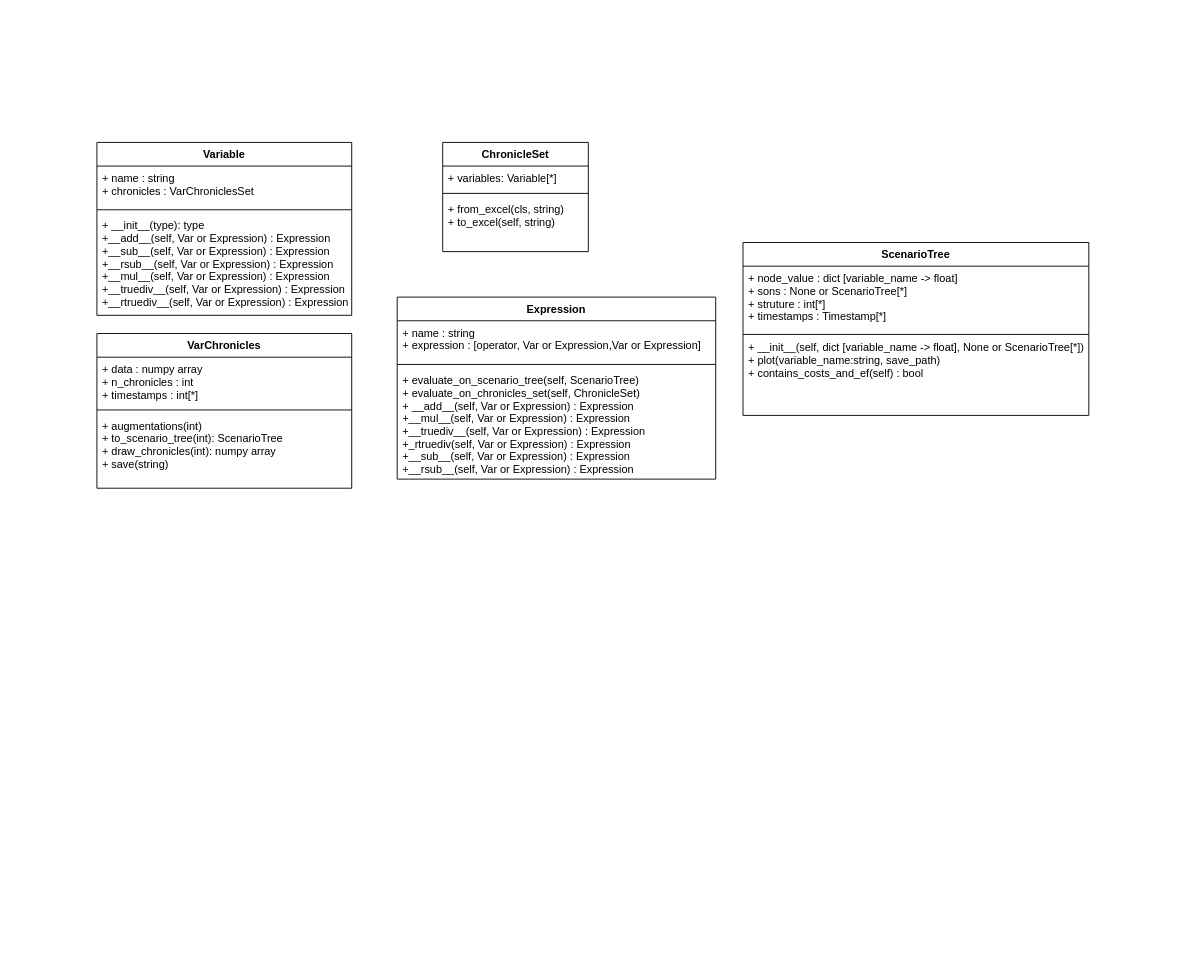
The draw.io diagram Diagramme sans nom.drawio in Schlegen/drawio_schemes, before the edit. Source tidied: cells renumbered, new cells numbered last; positions are measured from the earlier drawing's top-left corner, leaving out a move shared by most shapes. Both pictures are drawn from the tidied source at 91%, with x=0, y=0 at pixel (96, 142).
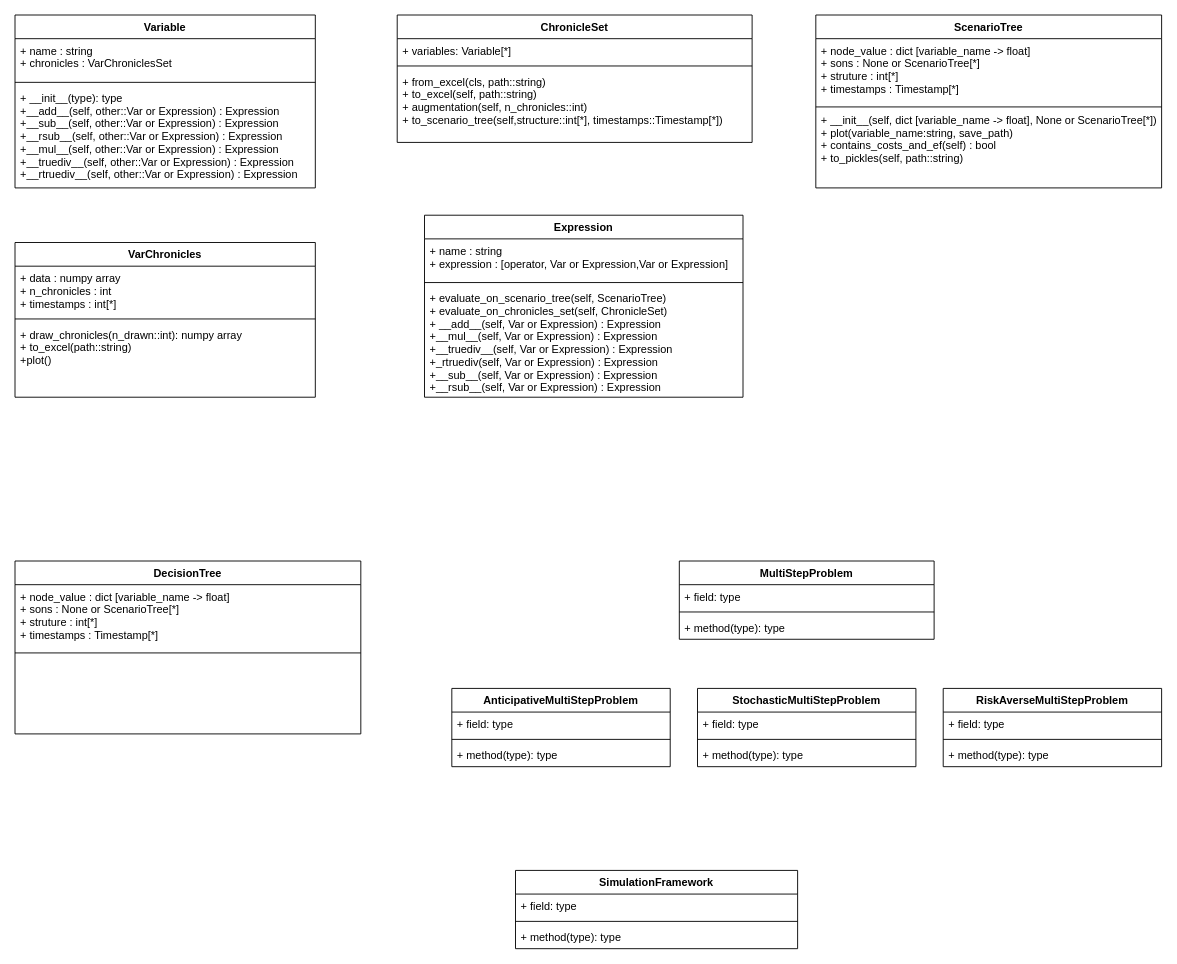
The same page after the edit.

Commit message (it also covers changes not shown here):
Mettre à jour Diagramme sans nom.drawio

What changed in the source:
```diff
@@
     <mxCell id="2" value="Variable" style="swimlane;fontStyle=1;align=center;verticalAlign=top;horizontal=1;startSize=26;" parent="1" vertex="1">
-      <mxGeometry width="280" height="190" as="geometry" />
+      <mxGeometry x="-90" y="-140" width="330" height="190" as="geometry" />
     </mxCell>
     <mxCell id="3" value="+ name : string&#10;+ chronicles : VarChroniclesSet&#10;&#10;" style="text;strokeColor=none;fillColor=none;align=left;verticalAlign=top;spacingLeft=4;spacingRight=4;overflow=hidden;" parent="2" vertex="1">
-      <mxGeometry y="26" width="280" height="44" as="geometry" />
+      <mxGeometry y="26" width="330" height="44" as="geometry" />
     </mxCell>
     <mxCell id="4" style="line;strokeWidth=1;fillColor=none;align=left;verticalAlign=middle;spacingTop=-1;spacingLeft=3;spacingRight=3;labelPosition=right;strokeColor=inherit;" parent="2" vertex="1">
-      <mxGeometry y="70" width="280" height="8" as="geometry" />
+      <mxGeometry y="70" width="330" height="8" as="geometry" />
     </mxCell>
-    <mxCell id="5" value="+ __init__(type): type&#10;+__add__(self, Var or Expression) : Expression&#10;+__sub__(self, Var or Expression) : Expression&#10;+__rsub__(self, Var or Expression) : Expression&#10;+__mul__(self, Var or Expression) : Expression&#10;+__truediv__(self, Var or Expression) : Expression&#10;+__rtruediv__(self, Var or Expression) : Expression&#10;" style="text;strokeColor=none;fillColor=none;align=left;verticalAlign=top;spacingLeft=4;spacingRight=4;overflow=hidden;" parent="2" vertex="1">
-      <mxGeometry y="78" width="280" height="112" as="geometry" />
+    <mxCell id="5" value="+ __init__(type): type&#10;+__add__(self, other::Var or Expression) : Expression&#10;+__sub__(self, other::Var or Expression) : Expression&#10;+__rsub__(self, other::Var or Expression) : Expression&#10;+__mul__(self, other::Var or Expression) : Expression&#10;+__truediv__(self, other::Var or Expression) : Expression&#10;+__rtruediv__(self, other::Var or Expression) : Expression&#10;" style="text;strokeColor=none;fillColor=none;align=left;verticalAlign=top;spacingLeft=4;spacingRight=4;overflow=hidden;" parent="2" vertex="1">
+      <mxGeometry y="78" width="330" height="112" as="geometry" />
     </mxCell>
     <mxCell id="6" value="ScenarioTree" style="swimlane;fontStyle=1;align=center;verticalAlign=top;horizontal=1;startSize=26;" parent="1" vertex="1">
-      <mxGeometry x="710" y="110" width="380" height="190" as="geometry" />
+      <mxGeometry x="790" y="-140" width="380" height="190" as="geometry" />
     </mxCell>
@@
-    <mxCell id="9" value="+ __init__(self, dict [variable_name -&gt; float], None or ScenarioTree[*])&#10;+ plot(variable_name:string, save_path)&#10;+ contains_costs_and_ef(self) : bool&#10;&#10;" style="text;strokeColor=none;fillColor=none;align=left;verticalAlign=top;spacingLeft=4;spacingRight=4;overflow=hidden;" parent="6" vertex="1">
+    <mxCell id="9" value="+ __init__(self, dict [variable_name -&gt; float], None or ScenarioTree[*])&#10;+ plot(variable_name:string, save_path)&#10;+ contains_costs_and_ef(self) : bool&#10;+ to_pickles(self, path::string)&#10;&#10;&#10;" style="text;strokeColor=none;fillColor=none;align=left;verticalAlign=top;spacingLeft=4;spacingRight=4;overflow=hidden;" parent="6" vertex="1">
       <mxGeometry y="102" width="380" height="88" as="geometry" />
     </mxCell>
     <mxCell id="10" value="Expression" style="swimlane;fontStyle=1;align=center;verticalAlign=top;horizontal=1;startSize=26;" parent="1" vertex="1">
-      <mxGeometry x="330" y="170" width="350" height="200" as="geometry" />
+      <mxGeometry x="360" y="80" width="350" height="200" as="geometry" />
     </mxCell>
@@
     <mxCell id="14" value="VarChronicles" style="swimlane;fontStyle=1;align=center;verticalAlign=top;horizontal=1;startSize=26;" parent="1" vertex="1">
-      <mxGeometry y="210" width="280" height="170" as="geometry" />
+      <mxGeometry x="-90" y="110" width="330" height="170" as="geometry" />
     </mxCell>
-    <mxCell id="15" value="+ data : numpy array&#10;+ n_chronicles : int&#10;+ timestamps : int[*]&#10;&#10;&#10;&#10;&#10;" style="text;strokeColor=none;fillColor=none;align=left;verticalAlign=top;spacingLeft=4;spacingRight=4;overflow=hidden;" parent="14" vertex="1">
-      <mxGeometry y="26" width="280" height="54" as="geometry" />
+    <mxCell id="15" value="+ data : numpy array&#10;+ n_chronicles : int&#10;+ timestamps : int[*]" style="text;strokeColor=none;fillColor=none;align=left;verticalAlign=top;spacingLeft=4;spacingRight=4;overflow=hidden;" parent="14" vertex="1">
+      <mxGeometry y="26" width="330" height="54" as="geometry" />
     </mxCell>
     <mxCell id="16" style="line;strokeWidth=1;fillColor=none;align=left;verticalAlign=middle;spacingTop=-1;spacingLeft=3;spacingRight=3;labelPosition=right;strokeColor=inherit;" parent="14" vertex="1">
-      <mxGeometry y="80" width="280" height="8" as="geometry" />
+      <mxGeometry y="80" width="330" height="8" as="geometry" />
     </mxCell>
-    <mxCell id="17" value="+ augmentations(int)&#10;+ to_scenario_tree(int): ScenarioTree&#10;+ draw_chronicles(int): numpy array&#10;+ save(string) &#10;&#10;&#10;&#10;" style="text;strokeColor=none;fillColor=none;align=left;verticalAlign=top;spacingLeft=4;spacingRight=4;overflow=hidden;" parent="14" vertex="1">
-      <mxGeometry y="88" width="280" height="82" as="geometry" />
+    <mxCell id="17" value="+ draw_chronicles(n_drawn::int): numpy array&#10;+ to_excel(path::string)&#10;+plot()&#10;&#10;&#10;" style="text;strokeColor=none;fillColor=none;align=left;verticalAlign=top;spacingLeft=4;spacingRight=4;overflow=hidden;" parent="14" vertex="1">
+      <mxGeometry y="88" width="330" height="82" as="geometry" />
     </mxCell>
     <mxCell id="18" value="ChronicleSet" style="swimlane;fontStyle=1;align=center;verticalAlign=top;horizontal=1;startSize=26;" parent="1" vertex="1">
-      <mxGeometry x="380" width="160" height="120" as="geometry" />
+      <mxGeometry x="330" y="-140" width="390" height="140" as="geometry" />
     </mxCell>
     <mxCell id="19" value="+ variables: Variable[*]" style="text;strokeColor=none;fillColor=none;align=left;verticalAlign=top;spacingLeft=4;spacingRight=4;overflow=hidden;" parent="18" vertex="1">
-      <mxGeometry y="26" width="160" height="26" as="geometry" />
+      <mxGeometry y="26" width="390" height="26" as="geometry" />
     </mxCell>
     <mxCell id="20" style="line;strokeWidth=1;fillColor=none;align=left;verticalAlign=middle;spacingTop=-1;spacingLeft=3;spacingRight=3;labelPosition=right;strokeColor=inherit;" parent="18" vertex="1">
-      <mxGeometry y="52" width="160" height="8" as="geometry" />
+      <mxGeometry y="52" width="390" height="8" as="geometry" />
     </mxCell>
-    <mxCell id="21" value="+ from_excel(cls, string)&#10;+ to_excel(self, string)&#10;" style="text;strokeColor=none;fillColor=none;align=left;verticalAlign=top;spacingLeft=4;spacingRight=4;overflow=hidden;" parent="18" vertex="1">
-      <mxGeometry y="60" width="160" height="60" as="geometry" />
+    <mxCell id="21" value="+ from_excel(cls, path::string)&#10;+ to_excel(self, path::string)&#10;+ augmentation(self, n_chronicles::int)&#10;+ to_scenario_tree(self,structure::int[*], timestamps::Timestamp[*])&#10;&#10;&#10;" style="text;strokeColor=none;fillColor=none;align=left;verticalAlign=top;spacingLeft=4;spacingRight=4;overflow=hidden;" parent="18" vertex="1">
+      <mxGeometry y="60" width="390" height="80" as="geometry" />
     </mxCell>
+    <mxCell id="22" value="DecisionTree" style="swimlane;fontStyle=1;align=center;verticalAlign=top;horizontal=1;startSize=26;" parent="1" vertex="1">
+      <mxGeometry x="-90" y="460" width="380" height="190" as="geometry" />
+    </mxCell>
+    <mxCell id="23" value="+ node_value : dict [variable_name -&gt; float]&#10;+ sons : None or ScenarioTree[*]&#10;+ struture : int[*]&#10;+ timestamps : Timestamp[*]&#10;&#10;&#10;" style="text;strokeColor=none;fillColor=none;align=left;verticalAlign=top;spacingLeft=4;spacingRight=4;overflow=hidden;" parent="22" vertex="1">
+      <mxGeometry y="26" width="380" height="74" as="geometry" />
+    </mxCell>
+    <mxCell id="24" style="line;strokeWidth=1;fillColor=none;align=left;verticalAlign=middle;spacingTop=-1;spacingLeft=3;spacingRight=3;labelPosition=right;strokeColor=inherit;" parent="22" vertex="1">
+      <mxGeometry y="100" width="380" height="2" as="geometry" />
+    </mxCell>
+    <mxCell id="25" value="&#10;&#10;" style="text;strokeColor=none;fillColor=none;align=left;verticalAlign=top;spacingLeft=4;spacingRight=4;overflow=hidden;" parent="22" vertex="1">
+      <mxGeometry y="102" width="380" height="88" as="geometry" />
+    </mxCell>
+    <mxCell id="26" value="MultiStepProblem" style="swimlane;fontStyle=1;align=center;verticalAlign=top;horizontal=1;startSize=26;" parent="1" vertex="1">
+      <mxGeometry x="640" y="460" width="280" height="86" as="geometry" />
+    </mxCell>
+    <mxCell id="27" value="+ field: type" style="text;strokeColor=none;fillColor=none;align=left;verticalAlign=top;spacingLeft=4;spacingRight=4;overflow=hidden;" parent="26" vertex="1">
+      <mxGeometry y="26" width="280" height="26" as="geometry" />
+    </mxCell>
+    <mxCell id="28" style="line;strokeWidth=1;fillColor=none;align=left;verticalAlign=middle;spacingTop=-1;spacingLeft=3;spacingRight=3;labelPosition=right;strokeColor=inherit;" parent="26" vertex="1">
+      <mxGeometry y="52" width="280" height="8" as="geometry" />
+    </mxCell>
+    <mxCell id="29" value="+ method(type): type" style="text;strokeColor=none;fillColor=none;align=left;verticalAlign=top;spacingLeft=4;spacingRight=4;overflow=hidden;" parent="26" vertex="1">
+      <mxGeometry y="60" width="280" height="26" as="geometry" />
+    </mxCell>
+    <mxCell id="30" value="StochasticMultiStepProblem" style="swimlane;fontStyle=1;align=center;verticalAlign=top;horizontal=1;startSize=26;" parent="1" vertex="1">
+      <mxGeometry x="660" y="600" width="240" height="86" as="geometry" />
+    </mxCell>
+    <mxCell id="31" value="+ field: type" style="text;strokeColor=none;fillColor=none;align=left;verticalAlign=top;spacingLeft=4;spacingRight=4;overflow=hidden;" parent="30" vertex="1">
+      <mxGeometry y="26" width="240" height="26" as="geometry" />
+    </mxCell>
+    <mxCell id="32" style="line;strokeWidth=1;fillColor=none;align=left;verticalAlign=middle;spacingTop=-1;spacingLeft=3;spacingRight=3;labelPosition=right;strokeColor=inherit;" parent="30" vertex="1">
+      <mxGeometry y="52" width="240" height="8" as="geometry" />
+    </mxCell>
+    <mxCell id="33" value="+ method(type): type" style="text;strokeColor=none;fillColor=none;align=left;verticalAlign=top;spacingLeft=4;spacingRight=4;overflow=hidden;" parent="30" vertex="1">
+      <mxGeometry y="60" width="240" height="26" as="geometry" />
+    </mxCell>
+    <mxCell id="34" value="AnticipativeMultiStepProblem" style="swimlane;fontStyle=1;align=center;verticalAlign=top;horizontal=1;startSize=26;" parent="1" vertex="1">
+      <mxGeometry x="390" y="600" width="240" height="86" as="geometry" />
+    </mxCell>
+    <mxCell id="35" value="+ field: type" style="text;strokeColor=none;fillColor=none;align=left;verticalAlign=top;spacingLeft=4;spacingRight=4;overflow=hidden;" parent="34" vertex="1">
+      <mxGeometry y="26" width="240" height="26" as="geometry" />
+    </mxCell>
+    <mxCell id="36" style="line;strokeWidth=1;fillColor=none;align=left;verticalAlign=middle;spacingTop=-1;spacingLeft=3;spacingRight=3;labelPosition=right;strokeColor=inherit;" parent="34" vertex="1">
+      <mxGeometry y="52" width="240" height="8" as="geometry" />
+    </mxCell>
+    <mxCell id="37" value="+ method(type): type" style="text;strokeColor=none;fillColor=none;align=left;verticalAlign=top;spacingLeft=4;spacingRight=4;overflow=hidden;" parent="34" vertex="1">
+      <mxGeometry y="60" width="240" height="26" as="geometry" />
+    </mxCell>
+    <mxCell id="38" value="RiskAverseMultiStepProblem" style="swimlane;fontStyle=1;align=center;verticalAlign=top;horizontal=1;startSize=26;" parent="1" vertex="1">
+      <mxGeometry x="930" y="600" width="240" height="86" as="geometry" />
+    </mxCell>
+    <mxCell id="39" value="+ field: type" style="text;strokeColor=none;fillColor=none;align=left;verticalAlign=top;spacingLeft=4;spacingRight=4;overflow=hidden;" parent="38" vertex="1">
+      <mxGeometry y="26" width="240" height="26" as="geometry" />
+    </mxCell>
+    <mxCell id="40" style="line;strokeWidth=1;fillColor=none;align=left;verticalAlign=middle;spacingTop=-1;spacingLeft=3;spacingRight=3;labelPosition=right;strokeColor=inherit;" parent="38" vertex="1">
+      <mxGeometry y="52" width="240" height="8" as="geometry" />
+    </mxCell>
+    <mxCell id="41" value="+ method(type): type" style="text;strokeColor=none;fillColor=none;align=left;verticalAlign=top;spacingLeft=4;spacingRight=4;overflow=hidden;" parent="38" vertex="1">
+      <mxGeometry y="60" width="240" height="26" as="geometry" />
+    </mxCell>
+    <mxCell id="42" value="SimulationFramework" style="swimlane;fontStyle=1;align=center;verticalAlign=top;horizontal=1;startSize=26;" parent="1" vertex="1">
+      <mxGeometry x="460" y="800" width="310" height="86" as="geometry" />
+    </mxCell>
+    <mxCell id="43" value="+ field: type" style="text;strokeColor=none;fillColor=none;align=left;verticalAlign=top;spacingLeft=4;spacingRight=4;overflow=hidden;" parent="42" vertex="1">
+      <mxGeometry y="26" width="310" height="26" as="geometry" />
+    </mxCell>
+    <mxCell id="44" style="line;strokeWidth=1;fillColor=none;align=left;verticalAlign=middle;spacingTop=-1;spacingLeft=3;spacingRight=3;labelPosition=right;strokeColor=inherit;" parent="42" vertex="1">
+      <mxGeometry y="52" width="310" height="8" as="geometry" />
+    </mxCell>
+    <mxCell id="45" value="+ method(type): type" style="text;strokeColor=none;fillColor=none;align=left;verticalAlign=top;spacingLeft=4;spacingRight=4;overflow=hidden;" parent="42" vertex="1">
+      <mxGeometry y="60" width="310" height="26" as="geometry" />
+    </mxCell>
```
